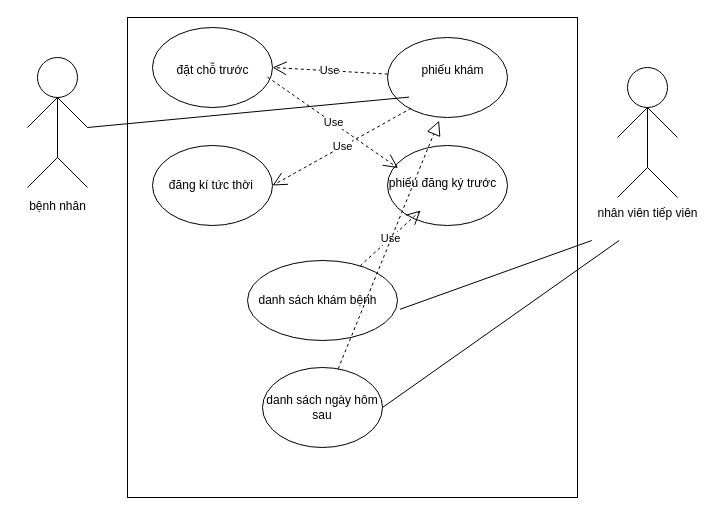
Above: Biểu đồ không có tiêu đề.drawio in Chick25/Toyou (draw.io), before the change. Source tidied: cells renumbered, new cells numbered last; positions are measured from the earlier drawing's top-left corner, leaving out a move shared by most shapes. Both pictures are drawn from the tidied source at 100%, with x=0, y=0 at pixel (17, 17).
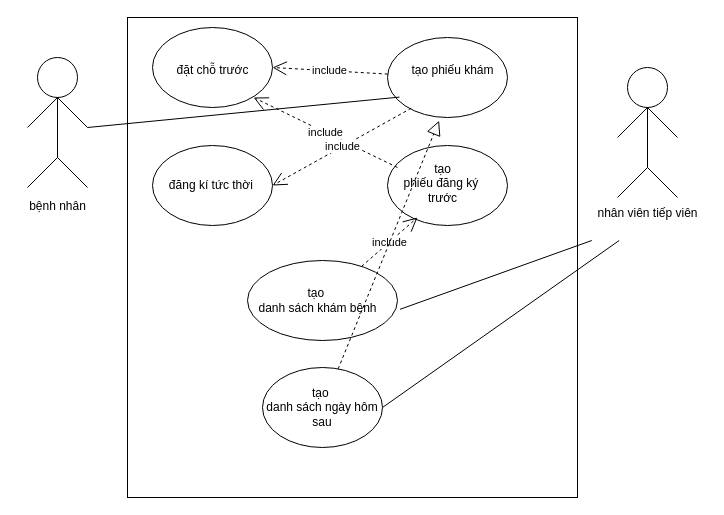
The same page after the edit.

Commit message (it also covers changes not shown here):
Cập nhật Biểu đồ không có tiêu đề.drawio

The change refers to these unchanged cells:
```xml
<mxCell id="3" style="ellipse;whiteSpace=wrap;html=1;" parent="1" vertex="1">
  <mxGeometry x="230" y="243" width="150" height="80" as="geometry" />
</mxCell>
<mxCell id="4" style="ellipse;whiteSpace=wrap;html=1;" parent="1" vertex="1">
  <mxGeometry x="370" y="128" width="120" height="80" as="geometry" />
</mxCell>
<mxCell id="5" style="ellipse;whiteSpace=wrap;html=1;" parent="1" vertex="1">
  <mxGeometry x="370" y="20" width="120" height="80" as="geometry" />
</mxCell>
<mxCell id="6" style="ellipse;whiteSpace=wrap;html=1;" parent="1" vertex="1">
  <mxGeometry x="135" y="128" width="120" height="80" as="geometry" />
</mxCell>
<mxCell id="7" style="ellipse;whiteSpace=wrap;html=1;" parent="1" vertex="1">
  <mxGeometry x="135" y="10" width="120" height="80" as="geometry" />
</mxCell>
<mxCell id="22" value="đặt chỗ trước&lt;div&gt;&lt;br&gt;&lt;/div&gt;" style="text;html=1;align=center;verticalAlign=middle;points=[];strokeColor=none;fillColor=none;" parent="1" vertex="1">
  <mxGeometry x="145" y="40" width="100" height="40" as="geometry" />
</mxCell>
```

What changed in the source:
```diff
@@
-    <mxCell id="24" value="phiếu khám&lt;div&gt;&lt;br&gt;&lt;/div&gt;" style="text;html=1;align=center;verticalAlign=middle;points=[];strokeColor=none;fillColor=none;" parent="1" vertex="1">
-      <mxGeometry x="390" y="40" width="90" height="40" as="geometry" />
+    <mxCell id="24" value="tạo phiếu khám&lt;div&gt;&lt;br&gt;&lt;/div&gt;" style="text;html=1;align=center;verticalAlign=middle;points=[];strokeColor=none;fillColor=none;" parent="1" vertex="1">
+      <mxGeometry x="380" y="40" width="110" height="40" as="geometry" />
     </mxCell>
-    <mxCell id="25" value="phiếu đăng ký trước&lt;div&gt;&lt;br&gt;&lt;/div&gt;" style="text;html=1;align=center;verticalAlign=middle;points=[];strokeColor=none;fillColor=none;" parent="1" vertex="1">
-      <mxGeometry x="360" y="153" width="130" height="40" as="geometry" />
+    <mxCell id="25" value="tạo&lt;div&gt;&lt;span style=&quot;background-color: transparent; color: light-dark(rgb(0, 0, 0), rgb(255, 255, 255));&quot;&gt;phiếu đăng ký&amp;nbsp;&lt;/span&gt;&lt;/div&gt;&lt;div&gt;&lt;span style=&quot;background-color: transparent; color: light-dark(rgb(0, 0, 0), rgb(255, 255, 255));&quot;&gt;trước&lt;/span&gt;&lt;/div&gt;&lt;div&gt;&lt;div&gt;&lt;br&gt;&lt;/div&gt;&lt;/div&gt;" style="text;html=1;align=center;verticalAlign=middle;points=[];strokeColor=none;fillColor=none;" parent="1" vertex="1">
+      <mxGeometry x="375" y="138" width="100" height="70" as="geometry" />
     </mxCell>
-    <mxCell id="26" value="danh sách khám bệnh" style="text;html=1;align=center;verticalAlign=middle;strokeColor=none;fillColor=none;" parent="1" vertex="1">
-      <mxGeometry x="230" y="268" width="140" height="30" as="geometry" />
+    <mxCell id="26" value="tạo&amp;nbsp;&lt;div&gt;danh sách khám bệnh&lt;/div&gt;" style="text;html=1;align=center;verticalAlign=middle;strokeColor=none;fillColor=none;" parent="1" vertex="1">
+      <mxGeometry x="230" y="263" width="140" height="40" as="geometry" />
     </mxCell>
-    <mxCell id="27" value="danh sách ngày hôm&lt;div&gt;sau&lt;/div&gt;" style="ellipse;whiteSpace=wrap;html=1;" parent="1" vertex="1">
+    <mxCell id="27" value="tạo&amp;nbsp;&lt;div&gt;danh sách ngày hôm&lt;div&gt;sau&lt;/div&gt;&lt;/div&gt;" style="ellipse;whiteSpace=wrap;html=1;" parent="1" vertex="1">
       <mxGeometry x="245" y="350" width="120" height="80" as="geometry" />
     </mxCell>
-    <mxCell id="28" value="Use" style="endArrow=open;endSize=12;dashed=1;html=1;rounded=0;entryX=0.088;entryY=0.282;entryDx=0;entryDy=0;entryPerimeter=0;" parent="1" edge="1" target="4">
-      <mxGeometry relative="1" as="geometry">
-        <mxPoint x="250" y="59.6" as="sourcePoint" />
-      </mxGeometry>
+    <mxCell id="28" value="include" style="endArrow=open;endSize=12;dashed=1;html=1;rounded=0;exitX=0.083;exitY=0.275;exitDx=0;exitDy=0;exitPerimeter=0;" parent="1" edge="1" source="4" target="22">
+      <mxGeometry relative="1" as="geometry" />
     </mxCell>
@@
-    <mxCell id="30" value="Use" style="endArrow=open;endSize=12;dashed=1;html=1;rounded=0;entryX=1;entryY=0.5;entryDx=0;entryDy=0;" parent="1" edge="1" source="5" target="7">
+    <mxCell id="30" value="include" style="endArrow=open;endSize=12;dashed=1;html=1;rounded=0;entryX=1;entryY=0.5;entryDx=0;entryDy=0;" parent="1" edge="1" source="5" target="7">
       <mxGeometry relative="1" as="geometry" />
     </mxCell>
-    <mxCell id="31" value="Use" style="endArrow=open;endSize=12;dashed=1;html=1;rounded=0;entryX=1;entryY=0.5;entryDx=0;entryDy=0;exitX=0.198;exitY=0.884;exitDx=0;exitDy=0;exitPerimeter=0;" parent="1" edge="1" source="5" target="6">
+    <mxCell id="31" value="include" style="endArrow=open;endSize=12;dashed=1;html=1;rounded=0;entryX=1;entryY=0.5;entryDx=0;entryDy=0;exitX=0.198;exitY=0.884;exitDx=0;exitDy=0;exitPerimeter=0;" parent="1" edge="1" source="5" target="6">
       <mxGeometry relative="1" as="geometry" />
     </mxCell>
-    <mxCell id="32" value="Use" style="endArrow=open;endSize=12;dashed=1;html=1;rounded=0;" parent="1" edge="1" source="3" target="25">
-      <mxGeometry relative="1" as="geometry" />
+    <mxCell id="32" value="include" style="endArrow=open;endSize=12;dashed=1;html=1;rounded=0;" parent="1" edge="1" source="3">
+      <mxGeometry relative="1" as="geometry">
+        <mxPoint x="400" y="200" as="targetPoint" />
+      </mxGeometry>
     </mxCell>
```
